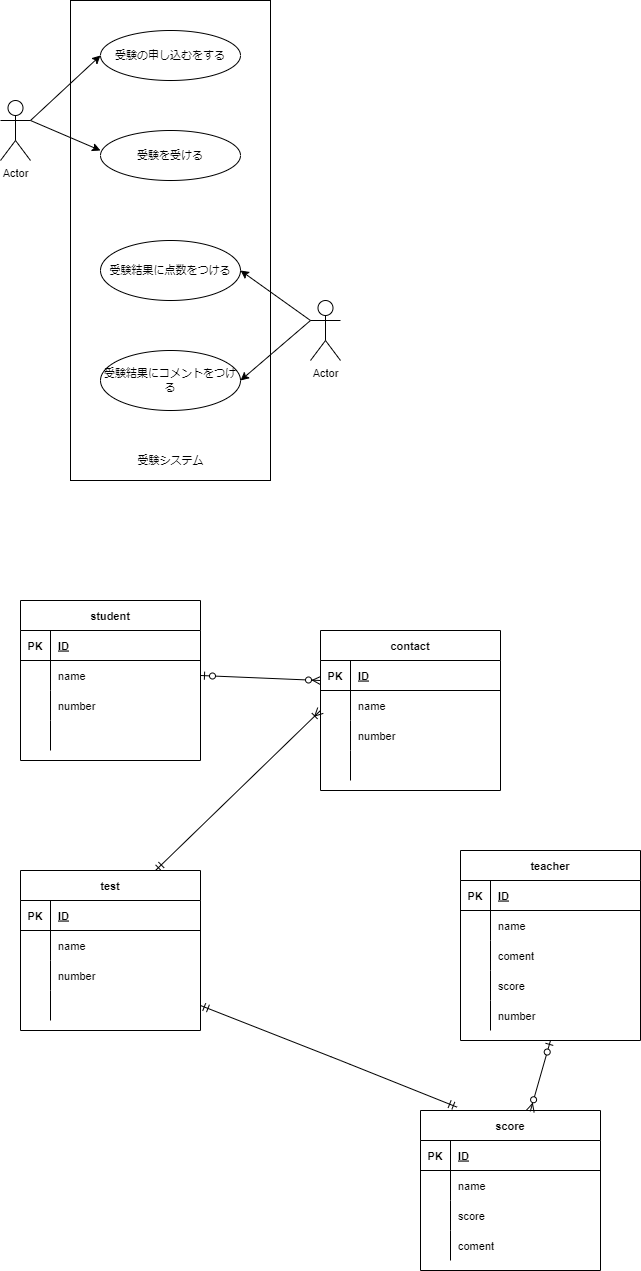
Before: .drawio.png, a diagram exported from draw.io (yuumaonodera/php.drawio). Source tidied: cells renumbered, new cells last; positions are measured from the earlier drawing's top-left corner, leaving out a move shared by most shapes.
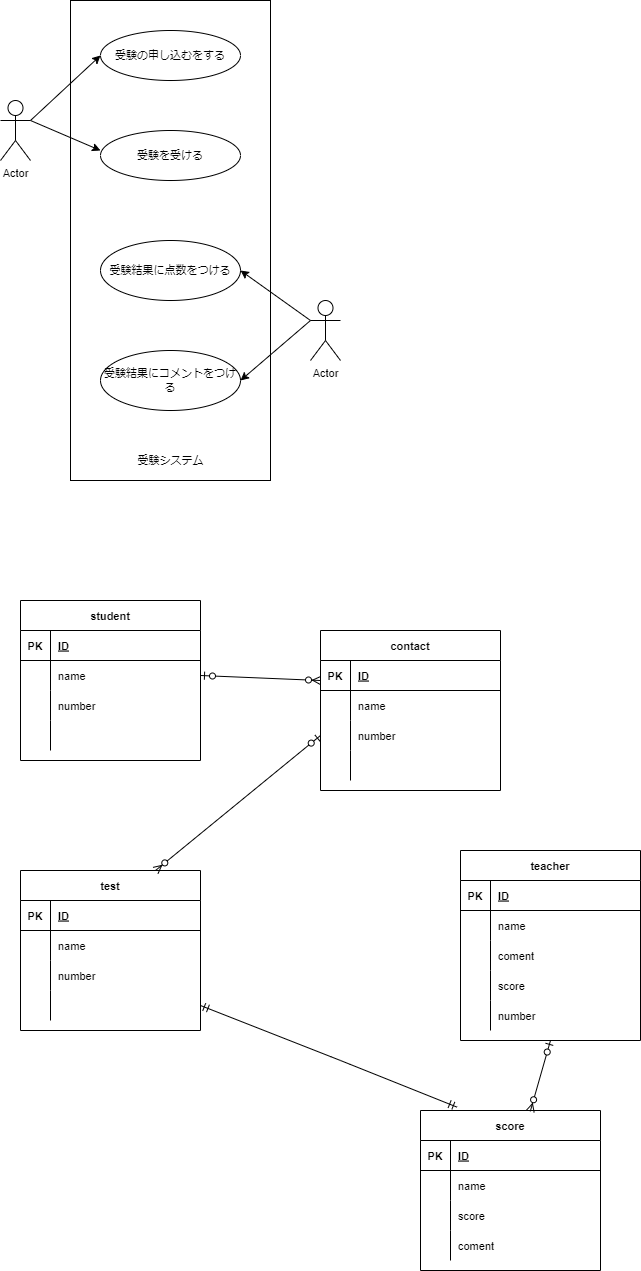
The same diagram one commit later.

The edit, as a diff of the source:
```diff
@@ -259,8 +259,8 @@
         </Array>
       </mxGeometry>
     </mxCell>
-    <mxCell id="85" style="fontSize=12;html=1;endArrow=ERoneToMany;startArrow=ERmandOne;fontFamily=Helvetica;exitX=0.75;exitY=0;exitDx=0;exitDy=0;entryX=0;entryY=0.5;entryDx=0;entryDy=0;" parent="1" edge="1" source="40" target="27">
-      <mxGeometry relative="1" as="geometry" />
-    </mxCell>
+    <mxCell id="86" style="fontSize=12;html=1;endArrow=ERzeroToMany;startArrow=ERzeroToOne;exitX=0;exitY=0.5;exitDx=0;exitDy=0;entryX=0.75;entryY=0;entryDx=0;entryDy=0;" parent="1" edge="1" source="34" target="40">
+      <mxGeometry relative="1" as="geometry" />
+    </mxCell>
   </root>
 </mxGraphModel>
```
